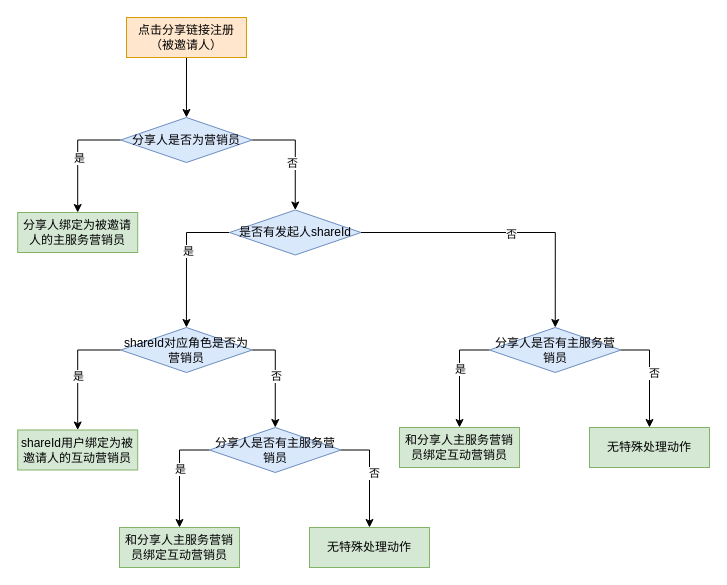
This is 通用分享绑定营销员流程.drawio from liangYuHan/work, a draw.io file, before an edit. Source tidied: cells renumbered, new cells numbered last; positions are measured from the earlier drawing's top-left corner, leaving out a move shared by most shapes. Both pictures are drawn from the tidied source at 100%, with x=0, y=0 at pixel (17, 17).
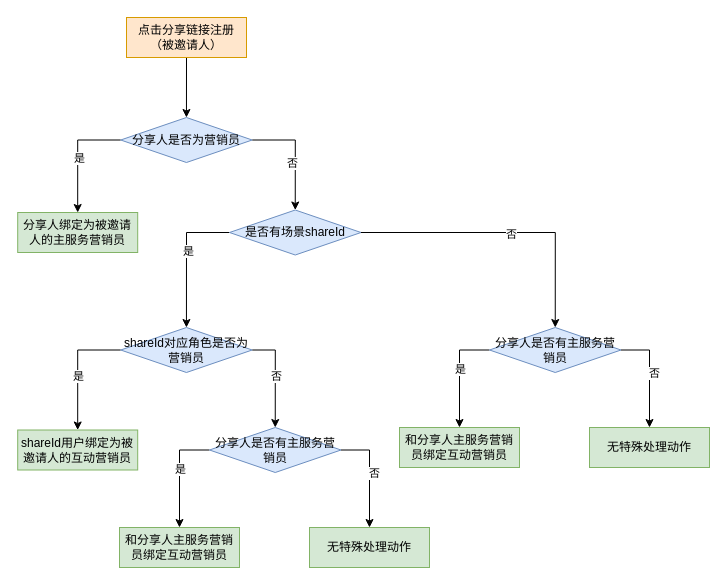
After the change.

Commit message:
更新通用分享绑定营销员流程.drawio

The edit, as a diff of the source:
```diff
@@
-    <mxCell id="11" value="是否有发起人shareId" style="rhombus;whiteSpace=wrap;html=1;rounded=0;fillColor=#dae8fc;strokeColor=#6c8ebf;" parent="1" vertex="1">
+    <mxCell id="11" value="是否有场景shareId" style="rhombus;whiteSpace=wrap;html=1;rounded=0;fillColor=#dae8fc;strokeColor=#6c8ebf;" parent="1" vertex="1">
       <mxGeometry x="212" y="192.5" width="131.5" height="45" as="geometry" />
     </mxCell>
```
